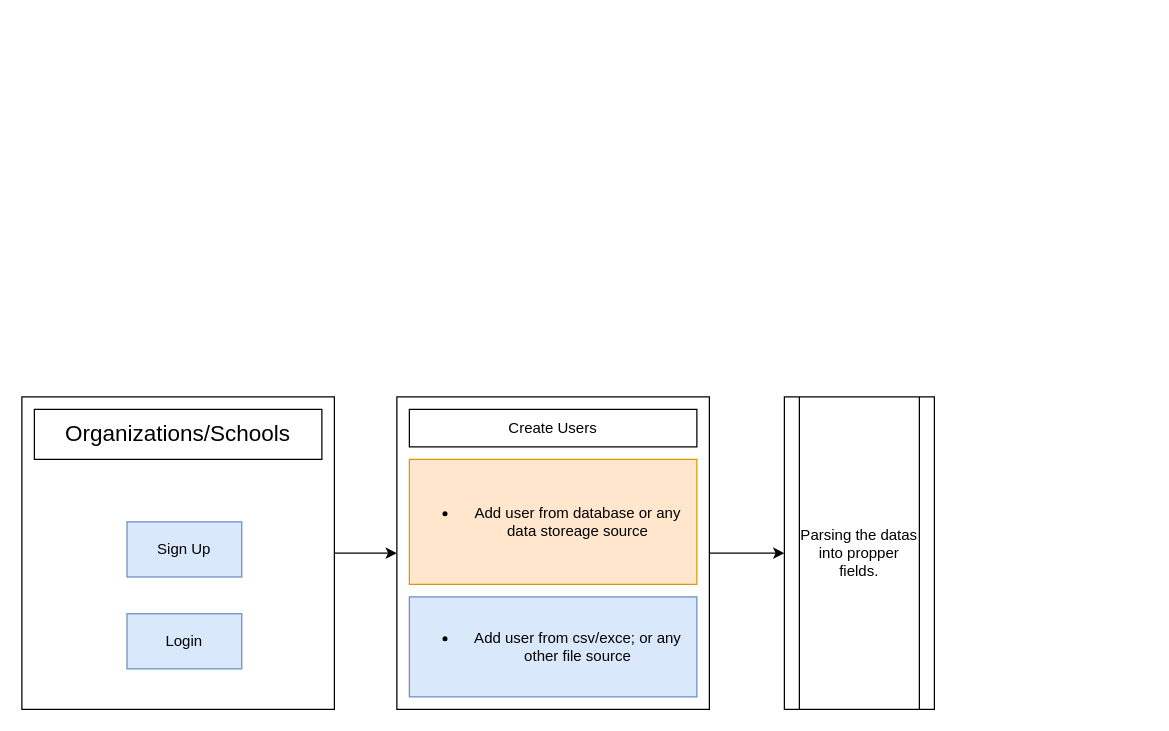
The draw.io diagram design_images/Untitled Diagram.drawio in leyuskckiran1510/SMFS, before the edit. Source tidied: cells renumbered, new cells numbered last; positions are measured from the earlier drawing's top-left corner, leaving out a move shared by most shapes. Both pictures are drawn from the tidied source at 125%, with x=0, y=0 at pixel (21, 396).
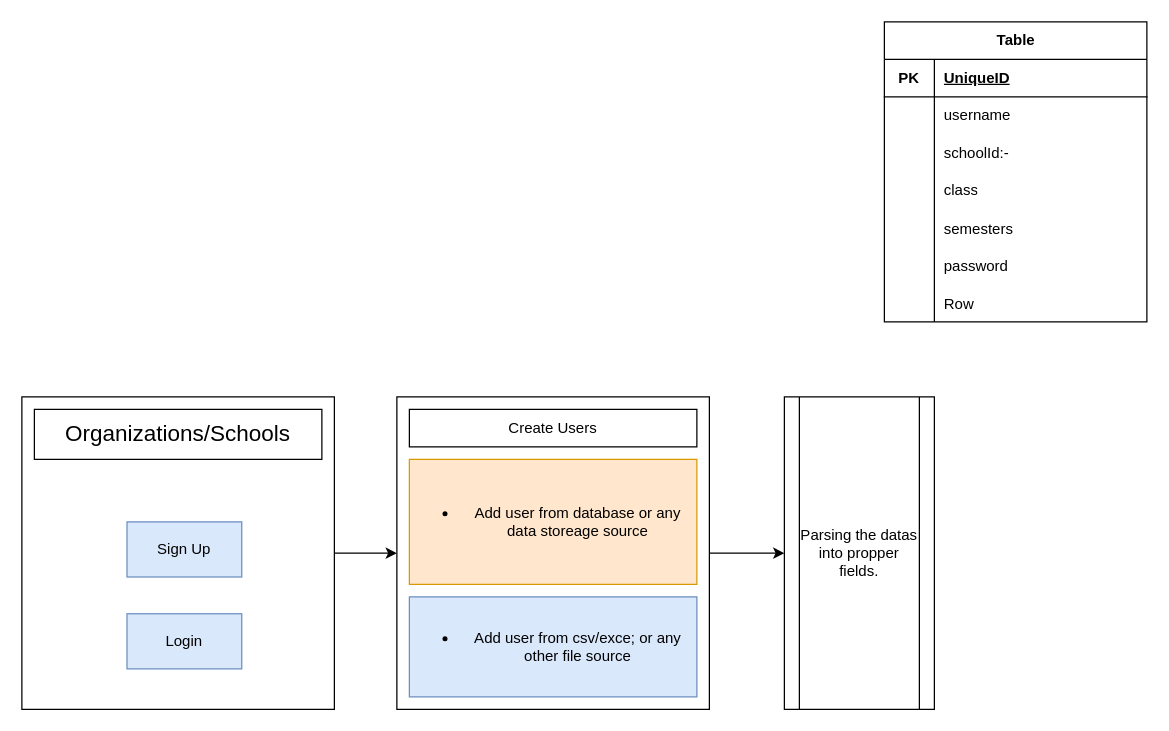
After the change.

What changed in the source:
```diff
@@
+    <mxCell id="17" value="Table" style="shape=table;startSize=30;childLayout=tableLayout;rowLines=0;fontStyle=1;align=center;html=1;enumerate=0;" parent="1" vertex="1">
+      <mxGeometry x="690" y="-300" width="210" height="240" as="geometry" />
+    </mxCell>
+    <mxCell id="18" style="shape=tableRow;horizontal=0;startSize=0;swimlaneHead=0;swimlaneBody=0;fillColor=none;top=0;left=0;right=0;bottom=1;" parent="17" vertex="1">
+      <mxGeometry y="30" width="210" height="30" as="geometry" />
+    </mxCell>
+    <mxCell id="19" value="PK" style="shape=partialRectangle;fillColor=none;top=0;left=0;bottom=0;right=0;fontStyle=1;overflow=hidden;whiteSpace=wrap;html=1;" parent="18" vertex="1">
+      <mxGeometry width="40" height="30" as="geometry" />
+    </mxCell>
+    <mxCell id="20" value="UniqueID" style="shape=partialRectangle;fillColor=none;top=0;left=0;bottom=0;right=0;align=left;spacingLeft=6;fontStyle=5;overflow=hidden;whiteSpace=wrap;html=1;" parent="18" vertex="1">
+      <mxGeometry x="40" width="170" height="30" as="geometry" />
+    </mxCell>
+    <mxCell id="21" style="shape=tableRow;horizontal=0;startSize=0;swimlaneHead=0;swimlaneBody=0;fillColor=none;top=0;left=0;right=0;bottom=0;" parent="17" vertex="1">
+      <mxGeometry y="60" width="210" height="30" as="geometry" />
+    </mxCell>
+    <mxCell id="22" style="shape=partialRectangle;fillColor=none;top=0;left=0;bottom=0;right=0;overflow=hidden;whiteSpace=wrap;html=1;" parent="21" vertex="1">
+      <mxGeometry width="40" height="30" as="geometry" />
+    </mxCell>
+    <mxCell id="23" value="username" style="shape=partialRectangle;fillColor=none;top=0;left=0;bottom=0;right=0;align=left;spacingLeft=6;overflow=hidden;whiteSpace=wrap;html=1;" parent="21" vertex="1">
+      <mxGeometry x="40" width="170" height="30" as="geometry" />
+    </mxCell>
+    <mxCell id="24" style="shape=tableRow;horizontal=0;startSize=0;swimlaneHead=0;swimlaneBody=0;fillColor=none;top=0;left=0;right=0;bottom=0;" parent="17" vertex="1">
+      <mxGeometry y="90" width="210" height="30" as="geometry" />
+    </mxCell>
+    <mxCell id="25" style="shape=partialRectangle;fillColor=none;top=0;left=0;bottom=0;right=0;overflow=hidden;whiteSpace=wrap;html=1;" parent="24" vertex="1">
+      <mxGeometry width="40" height="30" as="geometry" />
+    </mxCell>
+    <mxCell id="26" value="schoolId:-" style="shape=partialRectangle;fillColor=none;top=0;left=0;bottom=0;right=0;align=left;spacingLeft=6;overflow=hidden;whiteSpace=wrap;html=1;" parent="24" vertex="1">
+      <mxGeometry x="40" width="170" height="30" as="geometry" />
+    </mxCell>
+    <mxCell id="27" style="shape=tableRow;horizontal=0;startSize=0;swimlaneHead=0;swimlaneBody=0;fillColor=none;top=0;left=0;right=0;bottom=0;" parent="17" vertex="1">
+      <mxGeometry y="120" width="210" height="30" as="geometry" />
+    </mxCell>
+    <mxCell id="28" style="shape=partialRectangle;fillColor=none;top=0;left=0;bottom=0;right=0;overflow=hidden;whiteSpace=wrap;html=1;" parent="27" vertex="1">
+      <mxGeometry width="40" height="30" as="geometry" />
+    </mxCell>
+    <mxCell id="29" value="class" style="shape=partialRectangle;fillColor=none;top=0;left=0;bottom=0;right=0;align=left;spacingLeft=6;overflow=hidden;whiteSpace=wrap;html=1;" parent="27" vertex="1">
+      <mxGeometry x="40" width="170" height="30" as="geometry" />
+    </mxCell>
+    <mxCell id="30" style="shape=tableRow;horizontal=0;startSize=0;swimlaneHead=0;swimlaneBody=0;fillColor=none;top=0;left=0;right=0;bottom=0;" parent="17" vertex="1">
+      <mxGeometry y="150" width="210" height="30" as="geometry" />
+    </mxCell>
+    <mxCell id="31" style="shape=partialRectangle;fillColor=none;top=0;left=0;bottom=0;right=0;overflow=hidden;" parent="30" vertex="1">
+      <mxGeometry width="40" height="30" as="geometry" />
+    </mxCell>
+    <mxCell id="32" value="semesters" style="shape=partialRectangle;fillColor=none;top=0;left=0;bottom=0;right=0;align=left;spacingLeft=6;overflow=hidden;" parent="30" vertex="1">
+      <mxGeometry x="40" width="170" height="30" as="geometry" />
+    </mxCell>
+    <mxCell id="33" style="shape=tableRow;horizontal=0;startSize=0;swimlaneHead=0;swimlaneBody=0;fillColor=none;top=0;left=0;right=0;bottom=0;" parent="17" vertex="1">
+      <mxGeometry y="180" width="210" height="30" as="geometry" />
+    </mxCell>
+    <mxCell id="34" style="shape=partialRectangle;fillColor=none;top=0;left=0;bottom=0;right=0;overflow=hidden;" parent="33" vertex="1">
+      <mxGeometry width="40" height="30" as="geometry" />
+    </mxCell>
+    <mxCell id="35" value="password" style="shape=partialRectangle;fillColor=none;top=0;left=0;bottom=0;right=0;align=left;spacingLeft=6;overflow=hidden;" parent="33" vertex="1">
+      <mxGeometry x="40" width="170" height="30" as="geometry" />
+    </mxCell>
+    <mxCell id="36" style="shape=tableRow;horizontal=0;startSize=0;swimlaneHead=0;swimlaneBody=0;fillColor=none;top=0;left=0;right=0;bottom=0;" parent="17" vertex="1">
+      <mxGeometry y="210" width="210" height="30" as="geometry" />
+    </mxCell>
+    <mxCell id="37" style="shape=partialRectangle;fillColor=none;top=0;left=0;bottom=0;right=0;overflow=hidden;" parent="36" vertex="1">
+      <mxGeometry width="40" height="30" as="geometry" />
+    </mxCell>
+    <mxCell id="38" value="Row" style="shape=partialRectangle;fillColor=none;top=0;left=0;bottom=0;right=0;align=left;spacingLeft=6;overflow=hidden;" parent="36" vertex="1">
+      <mxGeometry x="40" width="170" height="30" as="geometry" />
+    </mxCell>
```
